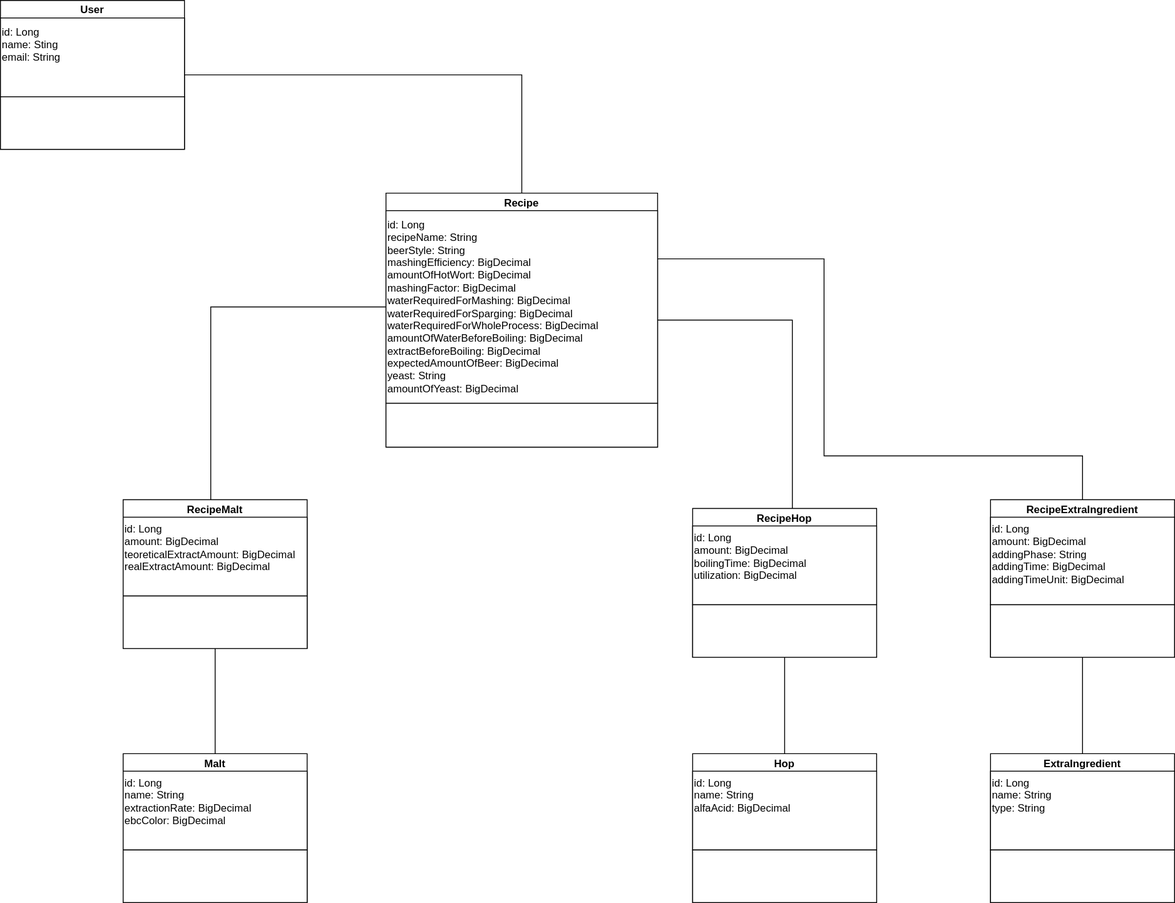
Above: brewing-buddy-core/src/main/resources/BB_class_diagram.svg in vmplacademy/brewing-buddy (draw.io), before the change. Source tidied: cells renumbered, new cells last; positions are measured from the earlier drawing's top-left corner, leaving out a move shared by most shapes. Source of this version:
```xml
<mxGraphModel>
  <root>
    <mxCell id="0" />
    <mxCell id="1" parent="0" />
    <mxCell id="2" value="RecipeMalt" style="swimlane;whiteSpace=wrap;html=1;" parent="1" vertex="1">
      <mxGeometry x="140" y="570" width="210" height="170" as="geometry" />
    </mxCell>
    <mxCell id="3" value="id: Long&lt;br&gt;&lt;div&gt;amount:&amp;nbsp;BigDecimal&lt;/div&gt;&lt;div&gt;teoreticalExtractAmount: BigDecimal&lt;/div&gt;&lt;div&gt;realExtractAmount:&amp;nbsp;BigDecimal&lt;/div&gt;&lt;div&gt;&lt;br&gt;&lt;/div&gt;&lt;div&gt;&lt;br&gt;&lt;/div&gt;" style="whiteSpace=wrap;html=1;align=left;verticalAlign=top;" parent="2" vertex="1">
      <mxGeometry y="20" width="210" height="90" as="geometry" />
    </mxCell>
    <mxCell id="4" style="whiteSpace=wrap;html=1;" parent="2" vertex="1">
      <mxGeometry y="110" width="210" height="60" as="geometry" />
    </mxCell>
    <mxCell id="5" style="edgeStyle=orthogonalEdgeStyle;rounded=0;jettySize=auto;html=1;entryX=0.542;entryY=0.01;entryDx=0;entryDy=0;entryPerimeter=0;endArrow=none;endFill=0;" parent="1" edge="1" source="6" target="15">
      <mxGeometry relative="1" as="geometry" />
    </mxCell>
    <mxCell id="6" value="Recipe" style="swimlane;whiteSpace=wrap;html=1;" parent="1" vertex="1">
      <mxGeometry x="440" y="220" width="310" height="290" as="geometry" />
    </mxCell>
    <mxCell id="7" value="id: Long&lt;br&gt;&lt;div&gt;recipeName: String&lt;/div&gt;&lt;div&gt;beerStyle: String&lt;/div&gt;&lt;div&gt;&lt;div&gt;mashingEfficiency:&amp;nbsp;BigDecimal&lt;/div&gt;&lt;div&gt;amountOfHotWort:&amp;nbsp;BigDecimal&lt;/div&gt;&lt;div&gt;mashingFactor:&amp;nbsp;BigDecimal&amp;nbsp;&lt;/div&gt;&lt;/div&gt;&lt;div&gt;&lt;div&gt;waterRequiredForMashing: BigDecimal&lt;/div&gt;&lt;div&gt;waterRequiredForSparging:&amp;nbsp;BigDecimal&amp;nbsp;&lt;/div&gt;&lt;div&gt;waterRequiredForWholeProcess:&amp;nbsp;BigDecimal&lt;/div&gt;&lt;/div&gt;&lt;div&gt;&lt;div&gt;amountOfWaterBeforeBoiling:&amp;nbsp;BigDecimal&lt;/div&gt;&lt;div&gt;extractBeforeBoiling:&amp;nbsp;BigDecimal&lt;/div&gt;&lt;div&gt;expectedAmountOfBeer:&amp;nbsp;BigDecimal&lt;/div&gt;&lt;/div&gt;&lt;div&gt;yeast: String&lt;br&gt;&lt;/div&gt;&lt;div&gt;amountOfYeast:&amp;nbsp;BigDecimal&lt;/div&gt;" style="whiteSpace=wrap;html=1;align=left;" parent="6" vertex="1">
      <mxGeometry y="20" width="310" height="220" as="geometry" />
    </mxCell>
    <mxCell id="8" style="whiteSpace=wrap;html=1;" parent="6" vertex="1">
      <mxGeometry y="240" width="310" height="50" as="geometry" />
    </mxCell>
    <mxCell id="9" style="rounded=0;jettySize=auto;html=1;edgeStyle=orthogonalEdgeStyle;endArrow=none;endFill=0;" parent="1" edge="1" source="7">
      <mxGeometry relative="1" as="geometry">
        <mxPoint x="240" y="570" as="targetPoint" />
      </mxGeometry>
    </mxCell>
    <mxCell id="10" value="Malt" style="swimlane;whiteSpace=wrap;html=1;" parent="1" vertex="1">
      <mxGeometry x="140" y="860" width="210" height="170" as="geometry" />
    </mxCell>
    <mxCell id="11" value="id: Long&lt;br&gt;&lt;div&gt;name:&amp;nbsp;String&lt;/div&gt;&lt;div&gt;extractionRate: BigDecimal&lt;/div&gt;&lt;div&gt;ebcColor:&amp;nbsp;BigDecimal&lt;/div&gt;&lt;div&gt;&lt;br&gt;&lt;/div&gt;&lt;div&gt;&lt;br&gt;&lt;/div&gt;" style="whiteSpace=wrap;html=1;align=left;verticalAlign=top;" parent="10" vertex="1">
      <mxGeometry y="20" width="210" height="90" as="geometry" />
    </mxCell>
    <mxCell id="12" style="whiteSpace=wrap;html=1;" parent="10" vertex="1">
      <mxGeometry y="110" width="210" height="60" as="geometry" />
    </mxCell>
    <mxCell id="13" style="edgeStyle=orthogonalEdgeStyle;rounded=0;jettySize=auto;html=1;exitX=0.5;exitY=1;exitDx=0;exitDy=0;entryX=0.5;entryY=0;entryDx=0;entryDy=0;endArrow=none;endFill=0;" parent="1" edge="1" source="4" target="10">
      <mxGeometry relative="1" as="geometry" />
    </mxCell>
    <mxCell id="14" style="edgeStyle=orthogonalEdgeStyle;rounded=0;jettySize=auto;html=1;exitX=0.5;exitY=1;exitDx=0;exitDy=0;entryX=0.5;entryY=0;entryDx=0;entryDy=0;endArrow=none;endFill=0;" parent="1" edge="1" source="15" target="18">
      <mxGeometry relative="1" as="geometry" />
    </mxCell>
    <mxCell id="15" value="RecipeHop" style="swimlane;whiteSpace=wrap;html=1;" parent="1" vertex="1">
      <mxGeometry x="790" y="580" width="210" height="170" as="geometry" />
    </mxCell>
    <mxCell id="16" value="id: Long&lt;br&gt;&lt;div&gt;amount:&amp;nbsp;BigDecimal&lt;/div&gt;&lt;div&gt;boilingTime: BigDecimal&lt;/div&gt;&lt;div&gt;utilization:&amp;nbsp;BigDecimal&lt;/div&gt;&lt;div&gt;&lt;br&gt;&lt;/div&gt;&lt;div&gt;&lt;br&gt;&lt;/div&gt;" style="whiteSpace=wrap;html=1;align=left;verticalAlign=top;" parent="15" vertex="1">
      <mxGeometry y="20" width="210" height="90" as="geometry" />
    </mxCell>
    <mxCell id="17" style="whiteSpace=wrap;html=1;" parent="15" vertex="1">
      <mxGeometry y="110" width="210" height="60" as="geometry" />
    </mxCell>
    <mxCell id="18" value="Hop" style="swimlane;whiteSpace=wrap;html=1;" parent="1" vertex="1">
      <mxGeometry x="790" y="860" width="210" height="170" as="geometry" />
    </mxCell>
    <mxCell id="19" value="id: Long&lt;br&gt;&lt;div&gt;name:&amp;nbsp;String&lt;/div&gt;&lt;div&gt;alfaAcid: BigDecimal&lt;/div&gt;&lt;div&gt;&lt;br&gt;&lt;/div&gt;&lt;div&gt;&lt;br&gt;&lt;/div&gt;" style="whiteSpace=wrap;html=1;align=left;verticalAlign=top;" parent="18" vertex="1">
      <mxGeometry y="20" width="210" height="90" as="geometry" />
    </mxCell>
    <mxCell id="20" style="whiteSpace=wrap;html=1;" parent="18" vertex="1">
      <mxGeometry y="110" width="210" height="60" as="geometry" />
    </mxCell>
    <mxCell id="21" style="edgeStyle=orthogonalEdgeStyle;rounded=0;jettySize=auto;html=1;entryX=0.5;entryY=0;entryDx=0;entryDy=0;endArrow=none;endFill=0;" parent="1" edge="1" source="22" target="6">
      <mxGeometry relative="1" as="geometry" />
    </mxCell>
    <mxCell id="22" value="User" style="swimlane;whiteSpace=wrap;html=1;" parent="1" vertex="1">
      <mxGeometry width="210" height="170" as="geometry" />
    </mxCell>
    <mxCell id="23" value="id: Long&lt;br&gt;&lt;div&gt;name:&amp;nbsp;Sting&lt;/div&gt;&lt;div&gt;email: String&lt;/div&gt;&lt;div&gt;&lt;br&gt;&lt;/div&gt;&lt;div&gt;&lt;br&gt;&lt;/div&gt;" style="whiteSpace=wrap;html=1;align=left;" parent="22" vertex="1">
      <mxGeometry y="20" width="210" height="90" as="geometry" />
    </mxCell>
    <mxCell id="24" style="whiteSpace=wrap;html=1;" parent="22" vertex="1">
      <mxGeometry y="110" width="210" height="60" as="geometry" />
    </mxCell>
    <mxCell id="25" style="edgeStyle=orthogonalEdgeStyle;rounded=0;jettySize=auto;html=1;exitX=0.5;exitY=1;exitDx=0;exitDy=0;entryX=0.5;entryY=0;entryDx=0;entryDy=0;endArrow=none;endFill=0;" parent="1" edge="1" source="27" target="30">
      <mxGeometry relative="1" as="geometry" />
    </mxCell>
    <mxCell id="26" style="edgeStyle=orthogonalEdgeStyle;rounded=0;jettySize=auto;html=1;entryX=1;entryY=0.25;entryDx=0;entryDy=0;endArrow=none;endFill=0;" parent="1" edge="1" source="27" target="7">
      <mxGeometry relative="1" as="geometry">
        <Array as="points">
          <mxPoint x="1235" y="520" />
          <mxPoint x="940" y="520" />
          <mxPoint x="940" y="295" />
        </Array>
      </mxGeometry>
    </mxCell>
    <mxCell id="27" value="RecipeExtraIngredient" style="swimlane;whiteSpace=wrap;html=1;" parent="1" vertex="1">
      <mxGeometry x="1130" y="570" width="210" height="180" as="geometry" />
    </mxCell>
    <mxCell id="28" value="id: Long&lt;br&gt;&lt;div&gt;amount:&amp;nbsp;BigDecimal&lt;/div&gt;&lt;div&gt;addingPhase: String&lt;/div&gt;&lt;div&gt;addingTime:&amp;nbsp;BigDecimal&lt;/div&gt;&lt;div&gt;addingTimeUnit:&amp;nbsp;BigDecimal&lt;br&gt;&lt;/div&gt;&lt;div&gt;&lt;br&gt;&lt;/div&gt;&lt;div&gt;&lt;br&gt;&lt;/div&gt;" style="whiteSpace=wrap;html=1;align=left;verticalAlign=top;" parent="27" vertex="1">
      <mxGeometry y="20" width="210" height="100" as="geometry" />
    </mxCell>
    <mxCell id="29" style="whiteSpace=wrap;html=1;" parent="27" vertex="1">
      <mxGeometry y="120" width="210" height="60" as="geometry" />
    </mxCell>
    <mxCell id="30" value="ExtraIngredient" style="swimlane;whiteSpace=wrap;html=1;" parent="1" vertex="1">
      <mxGeometry x="1130" y="860" width="210" height="170" as="geometry" />
    </mxCell>
    <mxCell id="31" value="id: Long&lt;br&gt;&lt;div&gt;name:&amp;nbsp;String&lt;/div&gt;&lt;div&gt;type: String&lt;/div&gt;&lt;div&gt;&lt;br&gt;&lt;/div&gt;&lt;div&gt;&lt;br&gt;&lt;/div&gt;" style="whiteSpace=wrap;html=1;align=left;verticalAlign=top;" parent="30" vertex="1">
      <mxGeometry y="20" width="210" height="90" as="geometry" />
    </mxCell>
    <mxCell id="32" style="whiteSpace=wrap;html=1;" parent="30" vertex="1">
      <mxGeometry y="110" width="210" height="60" as="geometry" />
    </mxCell>
  </root>
</mxGraphModel>
```
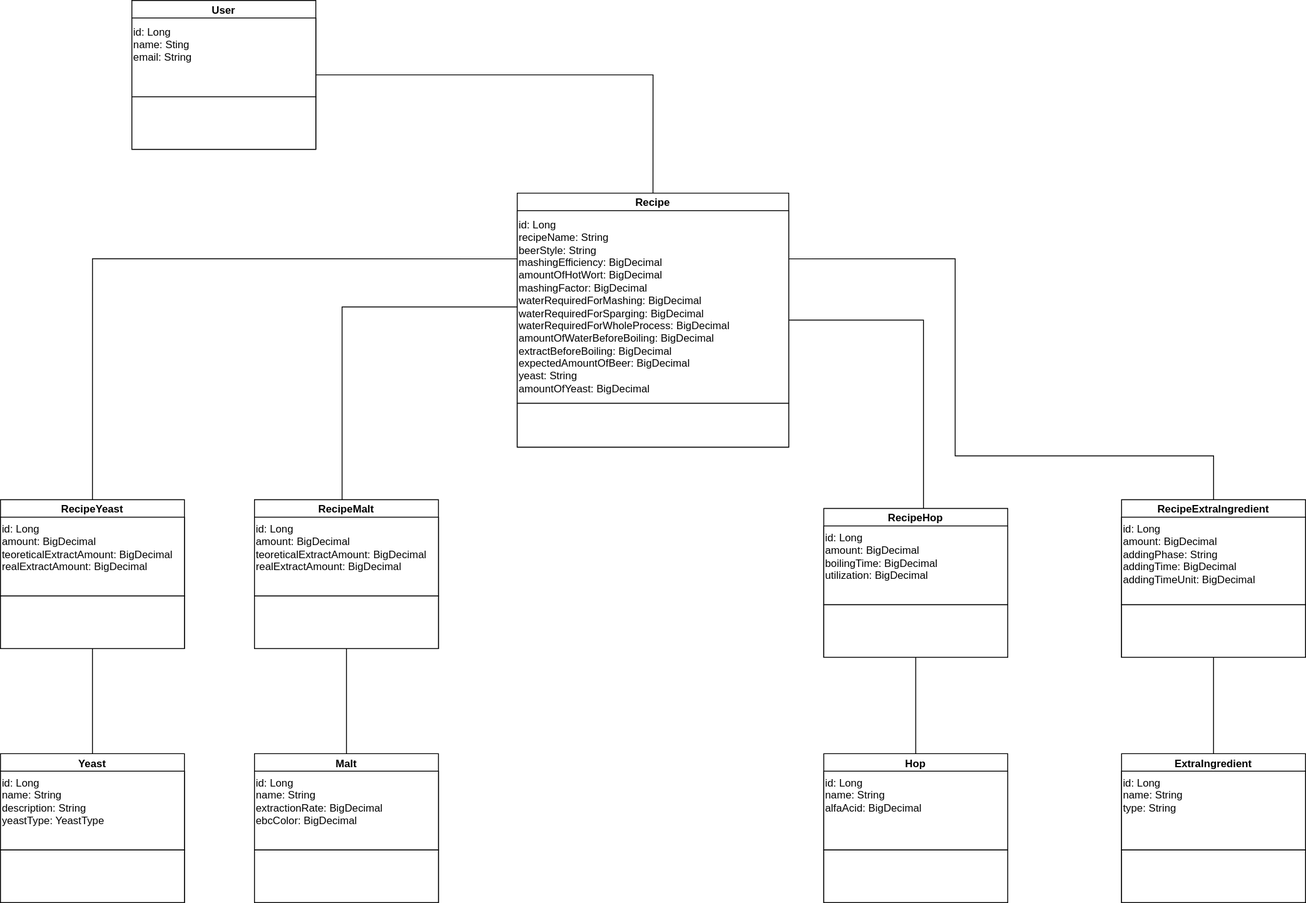
The same diagram one commit later.

The edit, as a diff of the source:
```diff
@@ -103,5 +103,29 @@
     <mxCell id="32" style="whiteSpace=wrap;html=1;" parent="30" vertex="1">
       <mxGeometry y="110" width="210" height="60" as="geometry" />
     </mxCell>
+    <mxCell id="33" value="RecipeYeast" style="swimlane;whiteSpace=wrap;html=1;" parent="1" vertex="1">
+      <mxGeometry x="-150" y="570" width="210" height="170" as="geometry" />
+    </mxCell>
+    <mxCell id="34" value="id: Long&lt;br&gt;&lt;div&gt;amount:&amp;nbsp;BigDecimal&lt;/div&gt;&lt;div&gt;teoreticalExtractAmount: BigDecimal&lt;/div&gt;&lt;div&gt;realExtractAmount:&amp;nbsp;BigDecimal&lt;/div&gt;&lt;div&gt;&lt;br&gt;&lt;/div&gt;&lt;div&gt;&lt;br&gt;&lt;/div&gt;" style="whiteSpace=wrap;html=1;align=left;verticalAlign=top;" parent="33" vertex="1">
+      <mxGeometry y="20" width="210" height="90" as="geometry" />
+    </mxCell>
+    <mxCell id="35" style="whiteSpace=wrap;html=1;" parent="33" vertex="1">
+      <mxGeometry y="110" width="210" height="60" as="geometry" />
+    </mxCell>
+    <mxCell id="36" value="Yeast" style="swimlane;whiteSpace=wrap;html=1;" parent="1" vertex="1">
+      <mxGeometry x="-150" y="860" width="210" height="170" as="geometry" />
+    </mxCell>
+    <mxCell id="37" value="id: Long&lt;br&gt;&lt;div&gt;name:&amp;nbsp;String&lt;/div&gt;&lt;div&gt;description: String&lt;/div&gt;&lt;div&gt;yeastType: YeastType&lt;/div&gt;&lt;div&gt;&lt;br&gt;&lt;/div&gt;&lt;div&gt;&lt;br&gt;&lt;/div&gt;" style="whiteSpace=wrap;html=1;align=left;verticalAlign=top;" parent="36" vertex="1">
+      <mxGeometry y="20" width="210" height="90" as="geometry" />
+    </mxCell>
+    <mxCell id="38" style="whiteSpace=wrap;html=1;" parent="36" vertex="1">
+      <mxGeometry y="110" width="210" height="60" as="geometry" />
+    </mxCell>
+    <mxCell id="39" style="edgeStyle=orthogonalEdgeStyle;rounded=0;jettySize=auto;html=1;exitX=0.5;exitY=1;exitDx=0;exitDy=0;entryX=0.5;entryY=0;entryDx=0;entryDy=0;endArrow=none;endFill=0;" parent="1" edge="1" source="35" target="36">
+      <mxGeometry relative="1" as="geometry" />
+    </mxCell>
+    <mxCell id="40" style="rounded=0;jettySize=auto;html=1;edgeStyle=orthogonalEdgeStyle;endArrow=none;endFill=0;exitX=0;exitY=0.25;exitDx=0;exitDy=0;entryX=0.5;entryY=0;entryDx=0;entryDy=0;" parent="1" edge="1" source="7" target="33">
+      <mxGeometry relative="1" as="geometry" />
+    </mxCell>
   </root>
 </mxGraphModel>
```
